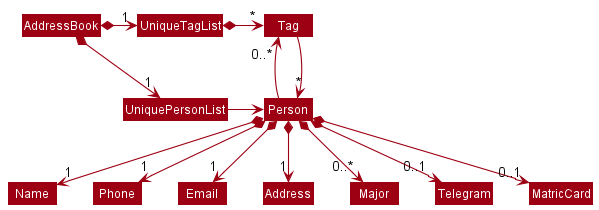
The PlantUML diagram docs/images/AddProfileNewClassDiagram.png in nus-cs2103-AY2122S2/tp, before a commit.
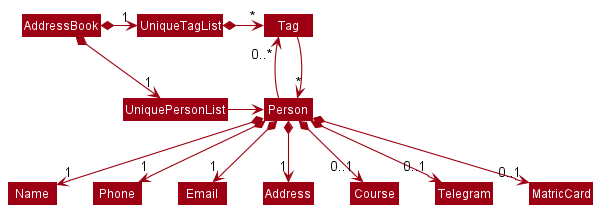
The same file after the commit.

The edit, as a diff of the source:
```diff
@@ -19,7 +19,7 @@
 Person *--> "1" Phone
 Person *--> "1" Email
 Person *--> "1" Address
-Person *--> "0..*" Major
+Person *--> "0..1" Course
 Person *--> "0..1" Telegram
 Person *--> "0..1" MatricCard
 
```
